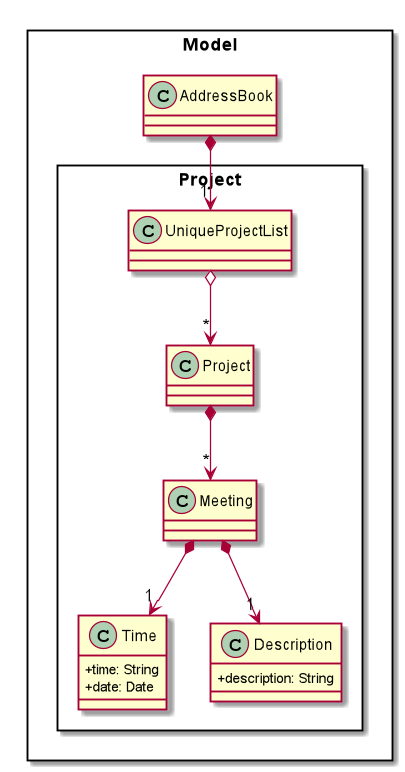
nus-cs2103-AY1920S1/addressbook-level3 keeps this PlantUML diagram as docs/images/MeetingClassDiagram.png. Above is the earlier version. Source of this version:
```plantuml
@startuml
skinparam classAttributeIconSize 0

Package Model <<Rectangle>> {
Class AddressBook
Package Project <<Rectangle>> {
Class Project
Class UniqueProjectList
Class Time
Class Description
Class Meeting {
}
Class Time {
+time: String
+date: Date
}
Class Description {
+description: String
}
}
}

AddressBook *--> "1" UniqueProjectList
UniqueProjectList o--> "*" Project
Project *--> "*" Meeting
Meeting *--> "1" Time
Meeting *--> "1" Description
@enduml
```
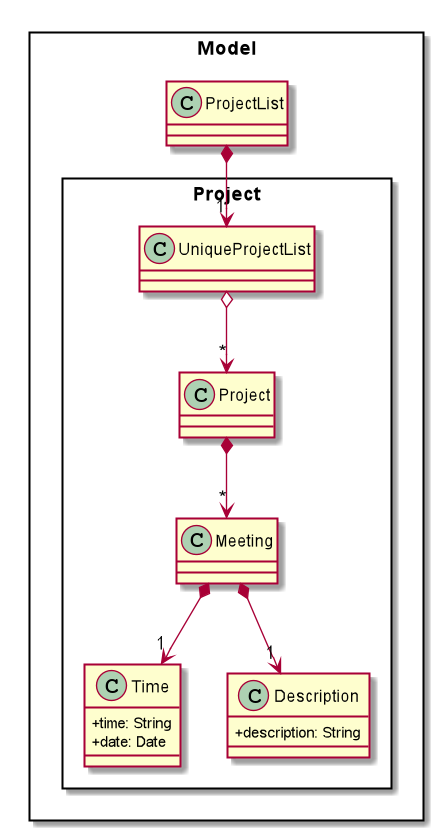
After the commit.

Diff of the diagram source:
```diff
@@ -2,7 +2,7 @@
 skinparam classAttributeIconSize 0
 
 Package Model <<Rectangle>> {
-Class AddressBook
+Class ProjectList
 Package Project <<Rectangle>> {
 Class Project
 Class UniqueProjectList
@@ -20,7 +20,7 @@
 }
 }
 
-AddressBook *--> "1" UniqueProjectList
+ProjectList *--> "1" UniqueProjectList
 UniqueProjectList o--> "*" Project
 Project *--> "*" Meeting
 Meeting *--> "1" Time
```
